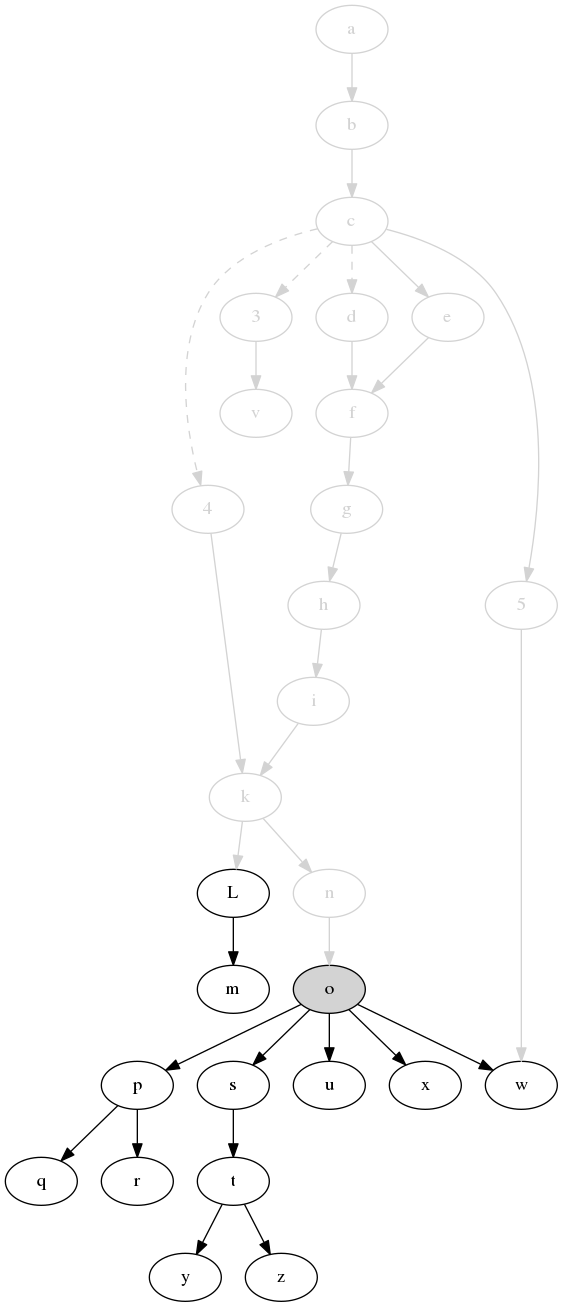
The Graphviz diagram svm-startup-deps.png in jdmpapin/svm-startup-deps, before a commit. Its source is kept beside it as svm-startup-deps.dot.
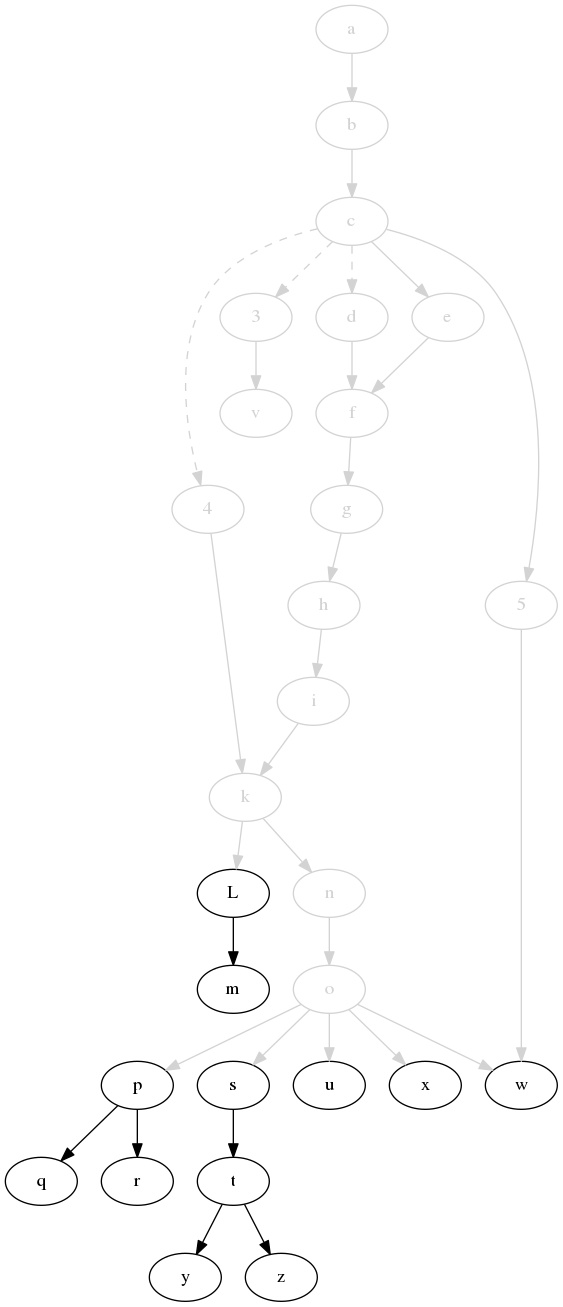
The same file after the commit.

Diff of the diagram source:
```diff
@@ -15,7 +15,7 @@
     m;
     5 [color=lightgrey,fontcolor=lightgrey];
     n [color=lightgrey,fontcolor=lightgrey];
-    o [style=filled,fillcolor=lightgrey];
+    o [color=lightgrey,fontcolor=lightgrey];
     p;
     q;
     r;
@@ -47,15 +47,15 @@
     L -> m;
     k -> n [color=lightgrey];
     n -> o [color=lightgrey];
-    o -> p;
+    o -> p [color=lightgrey];
     p -> q;
     p -> r;
-    o -> s;
+    o -> s [color=lightgrey];
     s -> t;
-    o -> u;
+    o -> u [color=lightgrey];
     5 -> w [color=lightgrey];
-    o -> w;
-    o -> x;
+    o -> w [color=lightgrey];
+    o -> x [color=lightgrey];
     t -> y;
     t -> z;
 }
```
